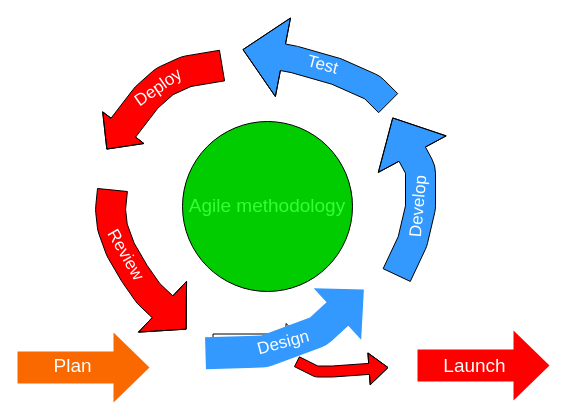
drshahizan/software-engineering keeps this draw.io diagram as proposal/submission/sec01/stakeholder/diagram/agile.drawio. Above is the earlier version. Source tidied: cells renumbered, new cells numbered last; positions are measured from the earlier drawing's top-left corner, leaving out a move shared by most shapes. Both pictures are drawn from the tidied source at 100%, with x=0, y=0 at pixel (8, 49).
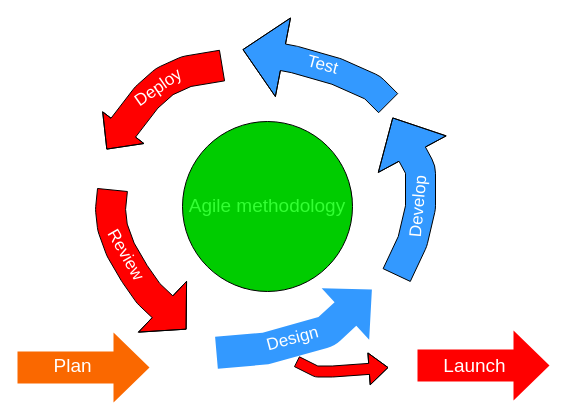
The same diagram, later.

Change to the diagram source:
```diff
@@
-    <mxCell id="5" style="shape=flexArrow;endArrow=classic;html=1;width=15;" parent="1" edge="1">
-      <mxGeometry relative="1" as="geometry">
-        <mxPoint x="204" y="292" as="sourcePoint" />
-        <mxPoint x="297" y="292" as="targetPoint" />
-      </mxGeometry>
-    </mxCell>
@@
     <mxCell id="11" style="shape=flexArrow;endArrow=classic;rounded=1;shadow=0;strokeWidth=18;fontSize=19;fillColor=#3399FF;strokeColor=none;width=15;fontColor=none;noLabel=1;labelBackgroundColor=none;" parent="1" edge="1">
       <mxGeometry relative="1" as="geometry">
-        <mxPoint x="188" y="304" as="sourcePoint" />
-        <mxPoint x="362" y="234" as="targetPoint" />
+        <mxPoint x="199" y="304" as="sourcePoint" />
+        <mxPoint x="370" y="234" as="targetPoint" />
         <Array as="points">
-          <mxPoint x="256" y="302" />
-          <mxPoint x="310" y="282" />
+          <mxPoint x="257" y="299" />
+          <mxPoint x="318" y="282" />
         </Array>
       </mxGeometry>
     </mxCell>
```
